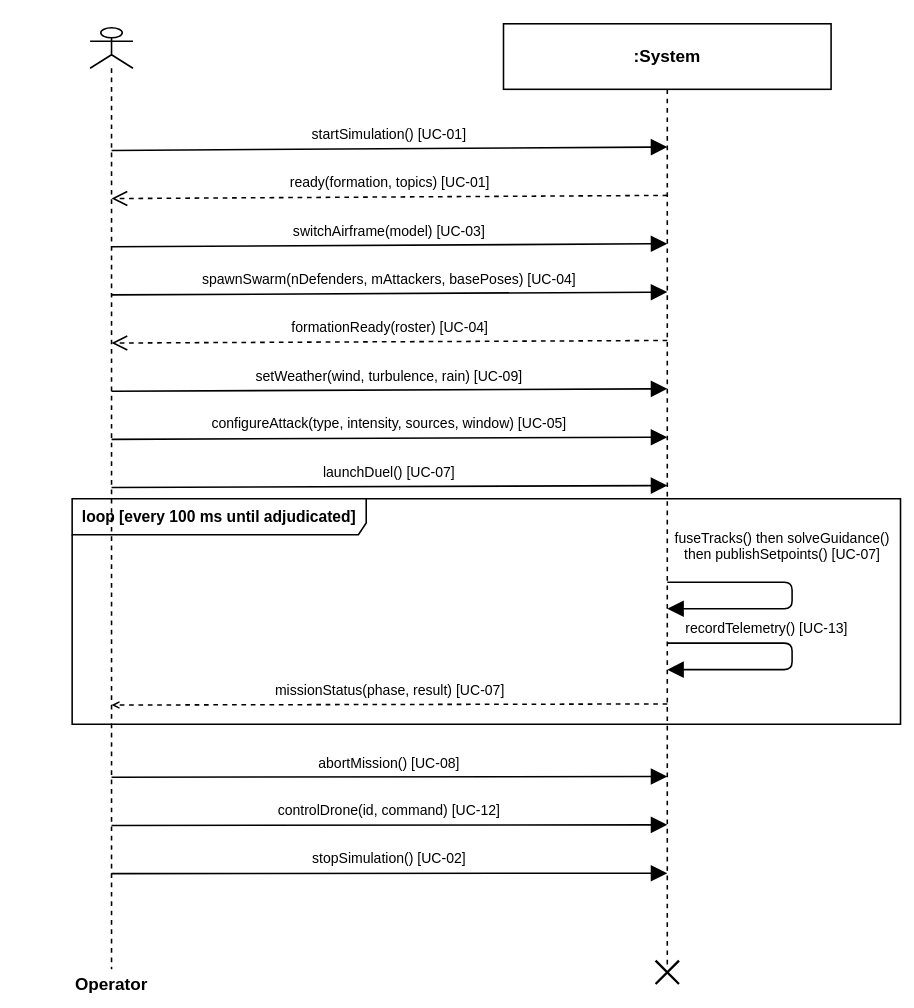
Earlier version of the draw.io diagram page "SSD: Operator" (1 of 3) of 11_system_sequence_diagram.drawio (syedmohammad611/diagrams). Source tidied: cells renumbered, new cells numbered last; positions are measured from the earlier drawing's top-left corner, leaving out a move shared by most shapes. Both pictures are drawn from the tidied source at 78%, with x=0, y=0 at pixel (72, 23).
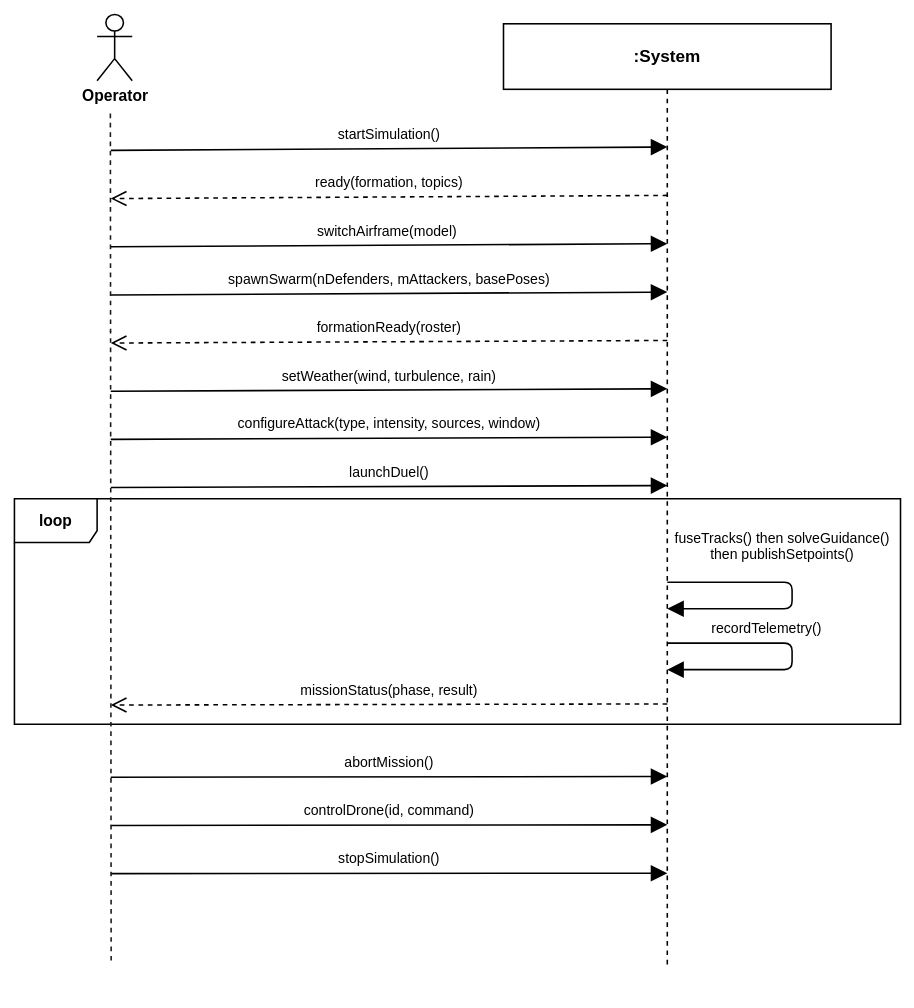
After the change.

Unchanged cells that the change refers to:
```xml
<mxCell id="3" value="&lt;font style=&quot;font-size: 22px;&quot;&gt;:System&lt;/font&gt;" style="shape=umlLifeline;perimeter=lifelinePerimeter;whiteSpace=wrap;html=1;outlineConnect=0;fillColor=none;strokeColor=#000000;fontColor=#000000;fontFamily=Helvetica;strokeWidth=2;fontSize=20;fontStyle=1;size=84;" parent="1" vertex="1">
  <mxGeometry x="553" width="420" height="1212" as="geometry" />
</mxCell>
```

Diff of the diagram source:
```diff
@@
-    <mxCell id="2" value="&lt;font style=&quot;font-size: 22px;&quot;&gt;Operator&lt;/font&gt;" style="shape=umlLifeline;perimeter=lifelinePerimeter;whiteSpace=wrap;html=1;outlineConnect=0;participant=umlActor;fillColor=none;strokeColor=#000000;fontColor=#000000;fontFamily=Helvetica;strokeWidth=2;fontSize=20;fontStyle=1;size=52;verticalLabelPosition=bottom;verticalAlign=top;" parent="1" vertex="1">
-      <mxGeometry x="23" y="5" width="55" height="1207" as="geometry" />
-    </mxCell>
@@
-    <mxCell id="4" value="startSimulation()  [UC-01]" style="html=1;verticalAlign=bottom;endArrow=block;endFill=1;fillColor=none;strokeColor=#000000;fontColor=#000000;fontFamily=Helvetica;strokeWidth=2;fontSize=18;labelBackgroundColor=#FFFFFF;spacingBottom=4;exitX=0.5;exitY=0.130363;exitDx=0;exitDy=0;entryX=0.5;entryY=0.130363;entryDx=0;entryDy=0;endSize=16;" parent="1" edge="1" source="2" target="3">
-      <mxGeometry relative="1" as="geometry" />
+    <mxCell id="4" value="startSimulation()" style="html=1;verticalAlign=bottom;endArrow=block;endFill=1;fillColor=none;strokeColor=#000000;fontColor=#000000;fontFamily=Helvetica;strokeWidth=2;fontSize=18;labelBackgroundColor=#FFFFFF;spacingBottom=4;exitX=0.5;exitY=0.130363;exitDx=0;exitDy=0;entryX=0.5;entryY=0.130363;entryDx=0;entryDy=0;endSize=16;" parent="1" edge="1" target="3">
+      <mxGeometry relative="1" as="geometry">
+        <mxPoint x="49.5" y="162.3" as="sourcePoint" />
+      </mxGeometry>
     </mxCell>
-    <mxCell id="5" value="ready(formation, topics)  [UC-01]" style="html=1;verticalAlign=bottom;endArrow=open;endFill=0;dashed=1;fillColor=none;strokeColor=#000000;fontColor=#000000;fontFamily=Helvetica;strokeWidth=2;fontSize=18;labelBackgroundColor=#FFFFFF;spacingBottom=4;exitX=0.5;exitY=0.181518;exitDx=0;exitDy=0;entryX=0.5;entryY=0.181518;entryDx=0;entryDy=0;endSize=16;" parent="1" edge="1" source="3" target="2">
-      <mxGeometry relative="1" as="geometry" />
+    <mxCell id="5" value="ready(formation, topics)" style="html=1;verticalAlign=bottom;endArrow=open;endFill=0;dashed=1;fillColor=none;strokeColor=#000000;fontColor=#000000;fontFamily=Helvetica;strokeWidth=2;fontSize=18;labelBackgroundColor=#FFFFFF;spacingBottom=4;exitX=0.5;exitY=0.181518;exitDx=0;exitDy=0;entryX=0.5;entryY=0.181518;entryDx=0;entryDy=0;endSize=16;" parent="1" edge="1" source="3">
+      <mxGeometry relative="1" as="geometry">
+        <mxPoint x="49.5" y="224.1" as="targetPoint" />
+      </mxGeometry>
     </mxCell>
-    <mxCell id="6" value="switchAirframe(model)  [UC-03]" style="html=1;verticalAlign=bottom;endArrow=block;endFill=1;fillColor=none;strokeColor=#000000;fontColor=#000000;fontFamily=Helvetica;strokeWidth=2;fontSize=18;labelBackgroundColor=#FFFFFF;spacingBottom=4;exitX=0.5;exitY=0.232673;exitDx=0;exitDy=0;entryX=0.5;entryY=0.232673;entryDx=0;entryDy=0;endSize=16;" parent="1" edge="1" source="2" target="3">
-      <mxGeometry relative="1" as="geometry" />
+    <mxCell id="6" value="switchAirframe(model)&amp;nbsp;" style="html=1;verticalAlign=bottom;endArrow=block;endFill=1;fillColor=none;strokeColor=#000000;fontColor=#000000;fontFamily=Helvetica;strokeWidth=2;fontSize=18;labelBackgroundColor=#FFFFFF;spacingBottom=4;exitX=0.5;exitY=0.232673;exitDx=0;exitDy=0;entryX=0.5;entryY=0.232673;entryDx=0;entryDy=0;endSize=16;" parent="1" edge="1" target="3">
+      <mxGeometry relative="1" as="geometry">
+        <mxPoint x="49.5" y="285.8" as="sourcePoint" />
+      </mxGeometry>
     </mxCell>
-    <mxCell id="7" value="spawnSwarm(nDefenders, mAttackers, basePoses)  [UC-04]" style="html=1;verticalAlign=bottom;endArrow=block;endFill=1;fillColor=none;strokeColor=#000000;fontColor=#000000;fontFamily=Helvetica;strokeWidth=2;fontSize=18;labelBackgroundColor=#FFFFFF;spacingBottom=4;exitX=0.5;exitY=0.283828;exitDx=0;exitDy=0;entryX=0.5;entryY=0.283828;entryDx=0;entryDy=0;endSize=16;" parent="1" edge="1" source="2" target="3">
-      <mxGeometry relative="1" as="geometry" />
+    <mxCell id="7" value="spawnSwarm(nDefenders, mAttackers, basePoses)" style="html=1;verticalAlign=bottom;endArrow=block;endFill=1;fillColor=none;strokeColor=#000000;fontColor=#000000;fontFamily=Helvetica;strokeWidth=2;fontSize=18;labelBackgroundColor=#FFFFFF;spacingBottom=4;exitX=0.5;exitY=0.283828;exitDx=0;exitDy=0;entryX=0.5;entryY=0.283828;entryDx=0;entryDy=0;endSize=16;" parent="1" edge="1" target="3">
+      <mxGeometry relative="1" as="geometry">
+        <mxPoint x="49.5" y="347.6" as="sourcePoint" />
+      </mxGeometry>
     </mxCell>
-    <mxCell id="8" value="formationReady(roster)  [UC-04]" style="html=1;verticalAlign=bottom;endArrow=open;endFill=0;dashed=1;fillColor=none;strokeColor=#000000;fontColor=#000000;fontFamily=Helvetica;strokeWidth=2;fontSize=18;labelBackgroundColor=#FFFFFF;spacingBottom=4;exitX=0.5;exitY=0.334983;exitDx=0;exitDy=0;entryX=0.5;entryY=0.334983;entryDx=0;entryDy=0;endSize=16;" parent="1" edge="1" source="3" target="2">
-      <mxGeometry relative="1" as="geometry" />
+    <mxCell id="8" value="formationReady(roster)" style="html=1;verticalAlign=bottom;endArrow=open;endFill=0;dashed=1;fillColor=none;strokeColor=#000000;fontColor=#000000;fontFamily=Helvetica;strokeWidth=2;fontSize=18;labelBackgroundColor=#FFFFFF;spacingBottom=4;exitX=0.5;exitY=0.334983;exitDx=0;exitDy=0;entryX=0.5;entryY=0.334983;entryDx=0;entryDy=0;endSize=16;" parent="1" edge="1" source="3">
+      <mxGeometry relative="1" as="geometry">
+        <mxPoint x="49.5" y="409.3" as="targetPoint" />
+      </mxGeometry>
     </mxCell>
-    <mxCell id="9" value="setWeather(wind, turbulence, rain)  [UC-09]" style="html=1;verticalAlign=bottom;endArrow=block;endFill=1;fillColor=none;strokeColor=#000000;fontColor=#000000;fontFamily=Helvetica;strokeWidth=2;fontSize=18;labelBackgroundColor=#FFFFFF;spacingBottom=4;exitX=0.5;exitY=0.386139;exitDx=0;exitDy=0;entryX=0.5;entryY=0.386139;entryDx=0;entryDy=0;endSize=16;" parent="1" edge="1" source="2" target="3">
-      <mxGeometry relative="1" as="geometry" />
+    <mxCell id="9" value="setWeather(wind, turbulence, rain)" style="html=1;verticalAlign=bottom;endArrow=block;endFill=1;fillColor=none;strokeColor=#000000;fontColor=#000000;fontFamily=Helvetica;strokeWidth=2;fontSize=18;labelBackgroundColor=#FFFFFF;spacingBottom=4;exitX=0.5;exitY=0.386139;exitDx=0;exitDy=0;entryX=0.5;entryY=0.386139;entryDx=0;entryDy=0;endSize=16;" parent="1" edge="1" target="3">
+      <mxGeometry relative="1" as="geometry">
+        <mxPoint x="49.5" y="471.1" as="sourcePoint" />
+      </mxGeometry>
     </mxCell>
-    <mxCell id="10" value="configureAttack(type, intensity, sources, window)  [UC-05]" style="html=1;verticalAlign=bottom;endArrow=block;endFill=1;fillColor=none;strokeColor=#000000;fontColor=#000000;fontFamily=Helvetica;strokeWidth=2;fontSize=18;labelBackgroundColor=#FFFFFF;spacingBottom=4;exitX=0.5;exitY=0.437294;exitDx=0;exitDy=0;entryX=0.5;entryY=0.437294;entryDx=0;entryDy=0;endSize=16;" parent="1" edge="1" source="2" target="3">
-      <mxGeometry relative="1" as="geometry" />
+    <mxCell id="10" value="configureAttack(type, intensity, sources, window)" style="html=1;verticalAlign=bottom;endArrow=block;endFill=1;fillColor=none;strokeColor=#000000;fontColor=#000000;fontFamily=Helvetica;strokeWidth=2;fontSize=18;labelBackgroundColor=#FFFFFF;spacingBottom=4;exitX=0.5;exitY=0.437294;exitDx=0;exitDy=0;entryX=0.5;entryY=0.437294;entryDx=0;entryDy=0;endSize=16;" parent="1" edge="1" target="3">
+      <mxGeometry relative="1" as="geometry">
+        <mxPoint x="49.5" y="532.8" as="sourcePoint" />
+      </mxGeometry>
     </mxCell>
-    <mxCell id="11" value="launchDuel()  [UC-07]" style="html=1;verticalAlign=bottom;endArrow=block;endFill=1;fillColor=none;strokeColor=#000000;fontColor=#000000;fontFamily=Helvetica;strokeWidth=2;fontSize=18;labelBackgroundColor=#FFFFFF;spacingBottom=4;exitX=0.5;exitY=0.488449;exitDx=0;exitDy=0;entryX=0.5;entryY=0.488449;entryDx=0;entryDy=0;endSize=16;" parent="1" edge="1" source="2" target="3">
-      <mxGeometry relative="1" as="geometry" />
+    <mxCell id="11" value="launchDuel()" style="html=1;verticalAlign=bottom;endArrow=block;endFill=1;fillColor=none;strokeColor=#000000;fontColor=#000000;fontFamily=Helvetica;strokeWidth=2;fontSize=18;labelBackgroundColor=#FFFFFF;spacingBottom=4;exitX=0.5;exitY=0.488449;exitDx=0;exitDy=0;entryX=0.5;entryY=0.488449;entryDx=0;entryDy=0;endSize=16;" parent="1" edge="1" target="3">
+      <mxGeometry relative="1" as="geometry">
+        <mxPoint x="49.5" y="594.6" as="sourcePoint" />
+      </mxGeometry>
     </mxCell>
+    <mxCell id="15" value="&lt;font style=&quot;font-size: 20px;&quot;&gt;loop&lt;br&gt;&lt;/font&gt;" style="shape=umlFrame;whiteSpace=wrap;html=1;fillColor=none;strokeColor=#000000;fontColor=#000000;fontFamily=Helvetica;strokeWidth=2;fontSize=18;fontStyle=1;width=106;height=56;" parent="1" vertex="1">
+      <mxGeometry x="-74" y="609" width="1136" height="289" as="geometry" />
+    </mxCell>
-    <mxCell id="12" value="fuseTracks() then solveGuidance()&lt;br&gt;then publishSetpoints()  [UC-07]" style="html=1;verticalAlign=bottom;endArrow=block;endFill=1;fillColor=none;strokeColor=#000000;fontColor=#000000;fontFamily=Helvetica;strokeWidth=2;fontSize=18;labelBackgroundColor=#FFFFFF;spacingBottom=4;exitX=0.6;exitY=0.590759;exitDx=0;exitDy=0;entryX=0.6;entryY=0.618812;entryDx=0;entryDy=0;edgeStyle=orthogonalEdgeStyle;rounded=1;endSize=16;" parent="1" edge="1" source="3" target="3">
+    <mxCell id="12" value="fuseTracks() then solveGuidance()&lt;br&gt;then publishSetpoints()" style="html=1;verticalAlign=bottom;endArrow=block;endFill=1;fillColor=none;strokeColor=#000000;fontColor=#000000;fontFamily=Helvetica;strokeWidth=2;fontSize=18;labelBackgroundColor=#FFFFFF;spacingBottom=4;exitX=0.6;exitY=0.590759;exitDx=0;exitDy=0;entryX=0.6;entryY=0.618812;entryDx=0;entryDy=0;edgeStyle=orthogonalEdgeStyle;rounded=1;endSize=16;" parent="1" edge="1" source="3" target="3">
       <mxGeometry x="-0.17" y="17" relative="1" as="geometry">
         <Array as="points">
           <mxPoint x="923" y="716" />
           <mxPoint x="923" y="750" />
         </Array>
       </mxGeometry>
     </mxCell>
-    <mxCell id="13" value="recordTelemetry()  [UC-13]" style="html=1;verticalAlign=bottom;endArrow=block;endFill=1;fillColor=none;strokeColor=#000000;fontColor=#000000;fontFamily=Helvetica;strokeWidth=2;fontSize=18;labelBackgroundColor=#FFFFFF;spacingBottom=4;exitX=0.6;exitY=0.655116;exitDx=0;exitDy=0;entryX=0.6;entryY=0.683168;entryDx=0;entryDy=0;edgeStyle=orthogonalEdgeStyle;rounded=1;endSize=16;" parent="1" edge="1" source="3" target="3">
+    <mxCell id="13" value="recordTelemetry()" style="html=1;verticalAlign=bottom;endArrow=block;endFill=1;fillColor=none;strokeColor=#000000;fontColor=#000000;fontFamily=Helvetica;strokeWidth=2;fontSize=18;labelBackgroundColor=#FFFFFF;spacingBottom=4;exitX=0.6;exitY=0.655116;exitDx=0;exitDy=0;entryX=0.6;entryY=0.683168;entryDx=0;entryDy=0;edgeStyle=orthogonalEdgeStyle;rounded=1;endSize=16;" parent="1" edge="1" source="3" target="3">
       <mxGeometry x="-0.28" relative="1" as="geometry">
         <Array as="points">
           <mxPoint x="923" y="794" />
           <mxPoint x="923" y="828" />
         </Array>
       </mxGeometry>
     </mxCell>
-    <mxCell id="14" value="missionStatus(phase, result)  [UC-07]" style="html=1;verticalAlign=bottom;endArrow=open;endFill=0;dashed=1;fillColor=none;strokeColor=#000000;fontColor=#000000;fontFamily=Helvetica;strokeWidth=2;fontSize=18;labelBackgroundColor=#FFFFFF;spacingBottom=4;exitX=0.5;exitY=0.719472;exitDx=0;exitDy=0;entryX=0.5;entryY=0.719472;entryDx=0;entryDy=0;" parent="1" edge="1" source="3" target="2">
-      <mxGeometry relative="1" as="geometry" />
+    <mxCell id="14" value="missionStatus(phase, result)" style="html=1;verticalAlign=bottom;endArrow=open;endFill=0;dashed=1;fillColor=none;strokeColor=#000000;fontColor=#000000;fontFamily=Helvetica;strokeWidth=2;fontSize=18;labelBackgroundColor=#FFFFFF;spacingBottom=4;exitX=0.5;exitY=0.719472;exitDx=0;exitDy=0;entryX=0.5;entryY=0.719472;entryDx=0;entryDy=0;endSize=16;" parent="1" edge="1" source="3">
+      <mxGeometry relative="1" as="geometry">
+        <mxPoint x="49.5" y="873.4" as="targetPoint" />
+      </mxGeometry>
     </mxCell>
-    <mxCell id="15" value="&lt;font style=&quot;font-size: 20px;&quot;&gt;loop  [every 100 ms until adjudicated]&lt;/font&gt;" style="shape=umlFrame;whiteSpace=wrap;html=1;fillColor=none;strokeColor=#000000;fontColor=#000000;fontFamily=Helvetica;strokeWidth=2;fontSize=18;fontStyle=1;width=377;height=46;" parent="1" vertex="1">
-      <mxGeometry y="609" width="1062" height="289" as="geometry" />
-    </mxCell>
-    <mxCell id="16" value="abortMission()  [UC-08]" style="html=1;verticalAlign=bottom;endArrow=block;endFill=1;fillColor=none;strokeColor=#000000;fontColor=#000000;fontFamily=Helvetica;strokeWidth=2;fontSize=18;labelBackgroundColor=#FFFFFF;spacingBottom=4;exitX=0.5;exitY=0.796205;exitDx=0;exitDy=0;entryX=0.5;entryY=0.796205;entryDx=0;entryDy=0;endSize=16;" parent="1" edge="1" source="2" target="3">
-      <mxGeometry relative="1" as="geometry" />
+    <mxCell id="16" value="abortMission()" style="html=1;verticalAlign=bottom;endArrow=block;endFill=1;fillColor=none;strokeColor=#000000;fontColor=#000000;fontFamily=Helvetica;strokeWidth=2;fontSize=18;labelBackgroundColor=#FFFFFF;spacingBottom=4;exitX=0.5;exitY=0.796205;exitDx=0;exitDy=0;entryX=0.5;entryY=0.796205;entryDx=0;entryDy=0;endSize=16;" parent="1" edge="1" target="3">
+      <mxGeometry relative="1" as="geometry">
+        <mxPoint x="49.5" y="966" as="sourcePoint" />
+      </mxGeometry>
     </mxCell>
-    <mxCell id="17" value="controlDrone(id, command)  [UC-12]" style="html=1;verticalAlign=bottom;endArrow=block;endFill=1;fillColor=none;strokeColor=#000000;fontColor=#000000;fontFamily=Helvetica;strokeWidth=2;fontSize=18;labelBackgroundColor=#FFFFFF;spacingBottom=4;exitX=0.5;exitY=0.84736;exitDx=0;exitDy=0;entryX=0.5;entryY=0.84736;entryDx=0;entryDy=0;endSize=16;" parent="1" edge="1" source="2" target="3">
-      <mxGeometry relative="1" as="geometry" />
+    <mxCell id="17" value="controlDrone(id, command)" style="html=1;verticalAlign=bottom;endArrow=block;endFill=1;fillColor=none;strokeColor=#000000;fontColor=#000000;fontFamily=Helvetica;strokeWidth=2;fontSize=18;labelBackgroundColor=#FFFFFF;spacingBottom=4;exitX=0.5;exitY=0.84736;exitDx=0;exitDy=0;entryX=0.5;entryY=0.84736;entryDx=0;entryDy=0;endSize=16;" parent="1" edge="1" target="3">
+      <mxGeometry relative="1" as="geometry">
+        <mxPoint x="49.5" y="1027.8" as="sourcePoint" />
+      </mxGeometry>
     </mxCell>
-    <mxCell id="18" value="stopSimulation()  [UC-02]" style="html=1;verticalAlign=bottom;endArrow=block;endFill=1;fillColor=none;strokeColor=#000000;fontColor=#000000;fontFamily=Helvetica;strokeWidth=2;fontSize=18;labelBackgroundColor=#FFFFFF;spacingBottom=4;exitX=0.5;exitY=0.898515;exitDx=0;exitDy=0;entryX=0.5;entryY=0.898515;entryDx=0;entryDy=0;endSize=16;" parent="1" edge="1" source="2" target="3">
-      <mxGeometry relative="1" as="geometry" />
+    <mxCell id="18" value="stopSimulation()" style="html=1;verticalAlign=bottom;endArrow=block;endFill=1;fillColor=none;strokeColor=#000000;fontColor=#000000;fontFamily=Helvetica;strokeWidth=2;fontSize=18;labelBackgroundColor=#FFFFFF;spacingBottom=4;exitX=0.5;exitY=0.898515;exitDx=0;exitDy=0;entryX=0.5;entryY=0.898515;entryDx=0;entryDy=0;endSize=16;" parent="1" edge="1" target="3">
+      <mxGeometry relative="1" as="geometry">
+        <mxPoint x="49.5" y="1089.5" as="sourcePoint" />
+      </mxGeometry>
     </mxCell>
-    <mxCell id="19" style="shape=umlDestroy;whiteSpace=wrap;html=1;strokeWidth=3;targetShapes=umlLifeline;" parent="1" vertex="1">
-      <mxGeometry x="748" y="1201" width="30" height="30" as="geometry" />
-    </mxCell>
+    <mxCell id="20" style="endArrow=none;dashed=1;html=1;strokeColor=#1A1A1A;strokeWidth=2;startArrow=none;" parent="1" edge="1">
+      <mxGeometry relative="1" as="geometry">
+        <mxPoint x="50" y="1201" as="sourcePoint" />
+        <mxPoint x="49" y="115" as="targetPoint" />
+      </mxGeometry>
+    </mxCell>
+    <mxCell id="2" value="Operator" style="shape=umlActor;verticalLabelPosition=bottom;verticalAlign=top;html=1;outlineConnect=0;fillColor=none;strokeColor=#000000;strokeWidth=2;fontSize=20;fontFamily=Helvetica;fontColor=#000000;fontStyle=1;" parent="1" vertex="1">
+      <mxGeometry x="32" y="-12" width="45" height="85" as="geometry" />
+    </mxCell>
+    <mxCell id="21" style="endArrow=none;dashed=1;html=1;strokeColor=#1A1A1A;strokeWidth=2;" parent="1" edge="1">
+      <mxGeometry relative="1" as="geometry">
+        <mxPoint x="49" y="394" as="sourcePoint" />
+        <mxPoint x="49.1" y="395" as="targetPoint" />
+      </mxGeometry>
+    </mxCell>
+    <mxCell id="22" style="endArrow=none;dashed=1;html=1;strokeColor=#1A1A1A;strokeWidth=2;startArrow=none;" parent="1" edge="1">
+      <mxGeometry relative="1" as="geometry">
+        <mxPoint x="49" y="1215" as="sourcePoint" />
+        <mxPoint x="49" y="1215" as="targetPoint" />
+      </mxGeometry>
+    </mxCell>
```
